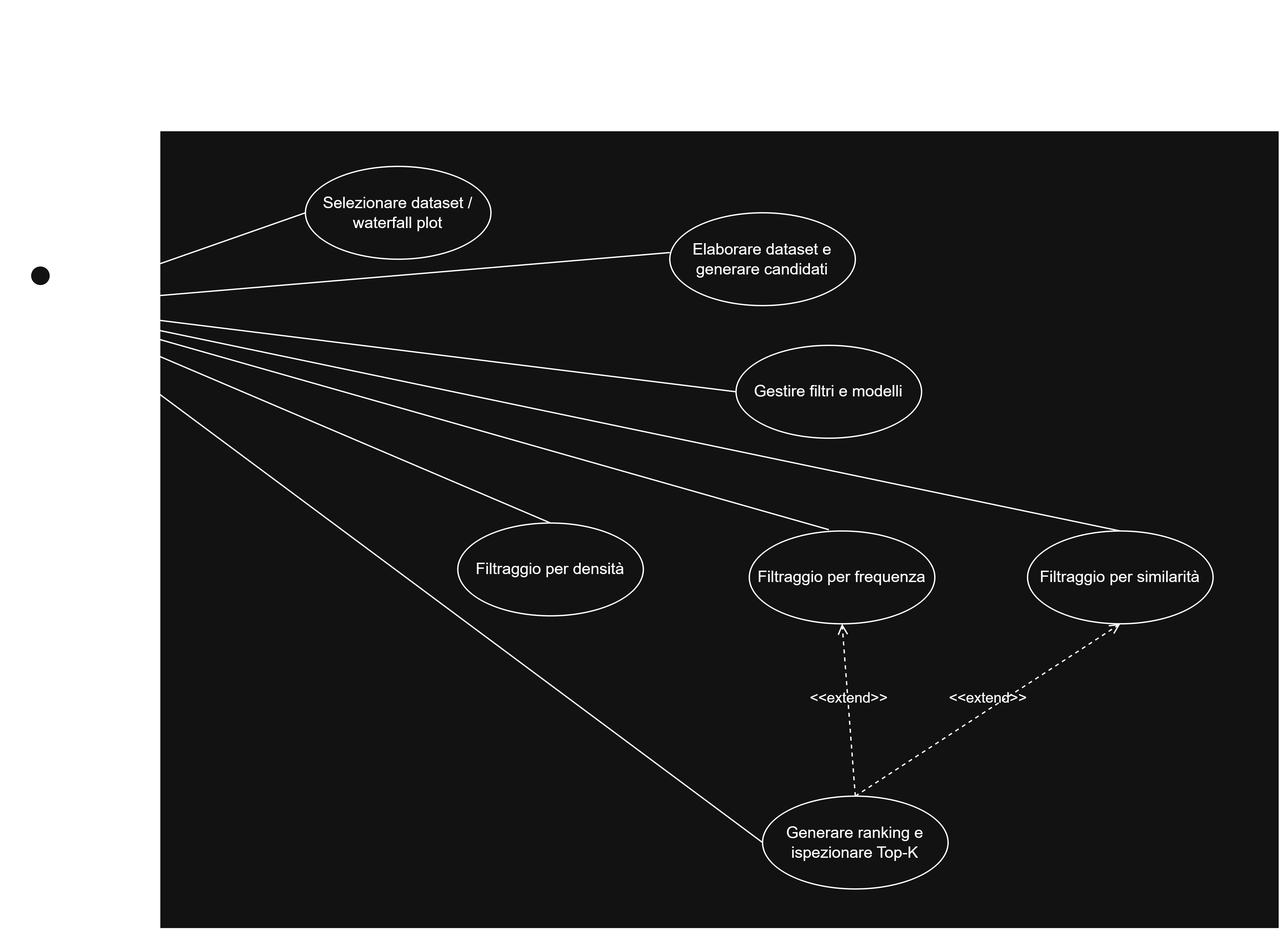
DavideDeplano/srt-anomaly-detection keeps this draw.io diagram as docs/uml/01_use_case/use_case_diagram.drawio.png. Above is the earlier version. Source tidied: cells renumbered, new cells last; positions are measured from the earlier drawing's top-left corner, leaving out a move shared by most shapes.
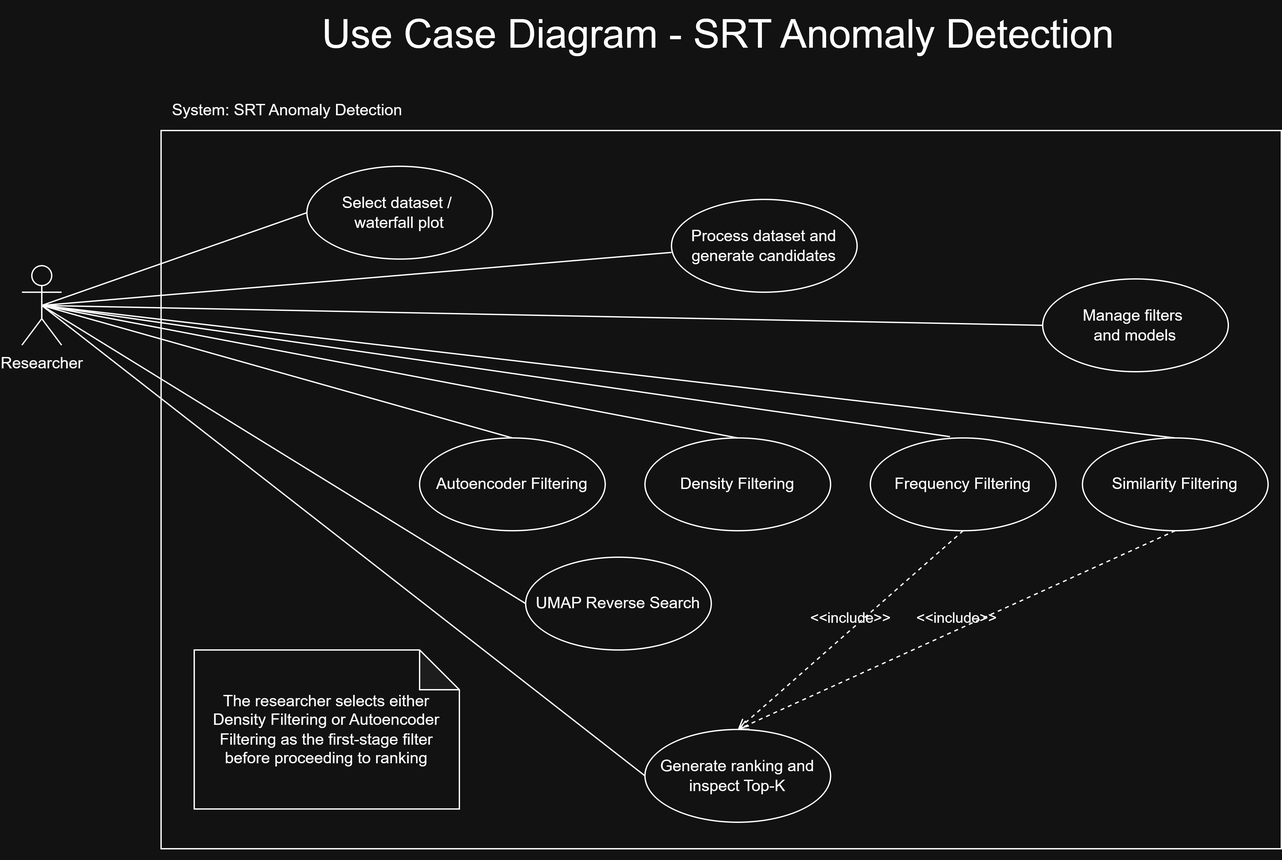
The same diagram one commit later.

What changed in the source:
```diff
@@ -5,11 +5,11 @@
     <mxCell id="2" value="&lt;font style=&quot;font-size: 30px;&quot;&gt;Use Case Diagram - SRT Anomaly Detection&lt;/font&gt;" style="text;html=1;align=center;verticalAlign=middle;strokeColor=none;fillColor=none;" parent="1" vertex="1">
       <mxGeometry x="215" width="620" height="50" as="geometry" />
     </mxCell>
-    <mxCell id="3" value="Ricercatore" style="shape=umlActor;verticalLabelPosition=bottom;verticalAlign=top;html=1;" parent="1" vertex="1">
+    <mxCell id="3" value="Researcher" style="shape=umlActor;verticalLabelPosition=bottom;verticalAlign=top;html=1;" parent="1" vertex="1">
       <mxGeometry y="200" width="30" height="60" as="geometry" />
     </mxCell>
     <mxCell id="4" style="rounded=0;whiteSpace=wrap;html=1;" parent="1" vertex="1">
-      <mxGeometry x="105" y="98" width="845" height="602" as="geometry" />
+      <mxGeometry x="105" y="98" width="845" height="542" as="geometry" />
     </mxCell>
     <mxCell id="5" value="System: SRT Anomaly Detection" style="text;html=1;align=center;verticalAlign=middle;strokeColor=none;fillColor=none;" parent="1" vertex="1">
       <mxGeometry x="100" y="68" width="200" height="30" as="geometry" />
@@ -33,31 +33,31 @@
     <mxCell id="10" style="edgeStyle=orthogonalEdgeStyle;rounded=0;orthogonalLoop=1;jettySize=auto;html=1;exitX=0.5;exitY=1;exitDx=0;exitDy=0;" parent="1" edge="1" source="4" target="4">
       <mxGeometry relative="1" as="geometry" />
     </mxCell>
-    <mxCell id="11" value="Selezionare dataset / waterfall plot" style="ellipse;whiteSpace=wrap;html=1;" parent="1" vertex="1">
+    <mxCell id="11" value="Select dataset /&amp;nbsp;&lt;div&gt;waterfall plot&lt;/div&gt;" style="ellipse;whiteSpace=wrap;html=1;" parent="1" vertex="1">
       <mxGeometry x="215" y="125" width="140" height="70" as="geometry" />
     </mxCell>
-    <mxCell id="12" value="Elaborare dataset e generare candidati" style="ellipse;whiteSpace=wrap;html=1;" parent="1" vertex="1">
-      <mxGeometry x="490" y="160" width="140" height="70" as="geometry" />
+    <mxCell id="12" value="Process dataset and generate candidates" style="ellipse;whiteSpace=wrap;html=1;" parent="1" vertex="1">
+      <mxGeometry x="490" y="150" width="140" height="70" as="geometry" />
     </mxCell>
-    <mxCell id="13" value="Filtraggio per similarità" style="ellipse;whiteSpace=wrap;html=1;" parent="1" vertex="1">
-      <mxGeometry x="760" y="400" width="140" height="70" as="geometry" />
+    <mxCell id="13" value="Similarity Filtering" style="ellipse;whiteSpace=wrap;html=1;" parent="1" vertex="1">
+      <mxGeometry x="800" y="330" width="140" height="70" as="geometry" />
     </mxCell>
-    <mxCell id="14" value="Filtraggio per frequenza" style="ellipse;whiteSpace=wrap;html=1;" parent="1" vertex="1">
-      <mxGeometry x="550" y="400" width="140" height="70" as="geometry" />
+    <mxCell id="14" value="Frequency Filtering" style="ellipse;whiteSpace=wrap;html=1;" parent="1" vertex="1">
+      <mxGeometry x="640" y="330" width="140" height="70" as="geometry" />
     </mxCell>
-    <mxCell id="15" value="Filtraggio per densità" style="ellipse;whiteSpace=wrap;html=1;" parent="1" vertex="1">
-      <mxGeometry x="330" y="394" width="140" height="70" as="geometry" />
+    <mxCell id="15" value="Density Filtering" style="ellipse;whiteSpace=wrap;html=1;" parent="1" vertex="1">
+      <mxGeometry x="470" y="330" width="140" height="70" as="geometry" />
     </mxCell>
-    <mxCell id="16" value="Generare ranking e ispezionare Top-K" style="ellipse;whiteSpace=wrap;html=1;" parent="1" vertex="1">
-      <mxGeometry x="560" y="600" width="140" height="70" as="geometry" />
+    <mxCell id="16" value="Generate ranking and inspect Top-K" style="ellipse;whiteSpace=wrap;html=1;" parent="1" vertex="1">
+      <mxGeometry x="470" y="550" width="140" height="70" as="geometry" />
     </mxCell>
-    <mxCell id="17" value="Gestire filtri e modelli" style="ellipse;whiteSpace=wrap;html=1;" parent="1" vertex="1">
-      <mxGeometry x="540" y="260" width="140" height="70" as="geometry" />
+    <mxCell id="17" value="Manage filters&amp;nbsp;&lt;div&gt;and models&lt;/div&gt;" style="ellipse;whiteSpace=wrap;html=1;" parent="1" vertex="1">
+      <mxGeometry x="770" y="210" width="140" height="70" as="geometry" />
     </mxCell>
-    <mxCell id="18" value="&amp;lt;&amp;lt;extend&amp;gt;&amp;gt;" style="html=1;verticalAlign=bottom;labelBackgroundColor=none;endArrow=open;endFill=0;dashed=1;rounded=0;entryX=0.5;entryY=1;entryDx=0;entryDy=0;exitX=0.5;exitY=0;exitDx=0;exitDy=0;" parent="1" edge="1" source="16" target="14">
+    <mxCell id="18" value="&amp;lt;&amp;lt;include&amp;gt;&amp;gt;" style="html=1;verticalAlign=bottom;labelBackgroundColor=none;endArrow=open;endFill=0;dashed=1;rounded=0;exitX=0.5;exitY=1;exitDx=0;exitDy=0;entryX=0.5;entryY=0;entryDx=0;entryDy=0;" parent="1" edge="1" source="14" target="16">
       <mxGeometry relative="1" as="geometry" />
     </mxCell>
-    <mxCell id="19" value="&amp;lt;&amp;lt;extend&amp;gt;&amp;gt;" style="html=1;verticalAlign=bottom;labelBackgroundColor=none;endArrow=open;endFill=0;dashed=1;rounded=0;entryX=0.5;entryY=1;entryDx=0;entryDy=0;exitX=0.5;exitY=0;exitDx=0;exitDy=0;" parent="1" edge="1" source="16" target="13">
+    <mxCell id="19" value="&amp;lt;&amp;lt;include&amp;gt;&amp;gt;" style="html=1;verticalAlign=bottom;labelBackgroundColor=none;endArrow=open;endFill=0;dashed=1;rounded=0;entryX=0.5;entryY=0;entryDx=0;entryDy=0;exitX=0.5;exitY=1;exitDx=0;exitDy=0;" parent="1" edge="1" source="13" target="16">
       <mxGeometry relative="1" as="geometry" />
     </mxCell>
     <mxCell id="20" style="endArrow=none;html=1;rounded=0;entryX=0.5;entryY=0;entryDx=0;entryDy=0;exitX=0.5;exitY=0.5;exitDx=0;exitDy=0;exitPerimeter=0;" parent="1" edge="1" source="3" target="15">
@@ -69,5 +69,20 @@
     <mxCell id="22" style="endArrow=none;html=1;rounded=0;entryX=0.5;entryY=0;entryDx=0;entryDy=0;exitX=0.5;exitY=0.5;exitDx=0;exitDy=0;exitPerimeter=0;" parent="1" edge="1" source="3" target="13">
       <mxGeometry relative="1" as="geometry" />
     </mxCell>
+    <mxCell id="23" value="Autoencoder Filtering" style="ellipse;whiteSpace=wrap;html=1;" parent="1" vertex="1">
+      <mxGeometry x="300" y="330" width="140" height="70" as="geometry" />
+    </mxCell>
+    <mxCell id="24" style="endArrow=none;html=1;rounded=0;entryX=0.5;entryY=0;entryDx=0;entryDy=0;exitX=0.5;exitY=0.5;exitDx=0;exitDy=0;exitPerimeter=0;" parent="1" edge="1" source="3" target="23">
+      <mxGeometry relative="1" as="geometry" />
+    </mxCell>
+    <mxCell id="25" value="UMAP Reverse Search" style="ellipse;whiteSpace=wrap;html=1;" parent="1" vertex="1">
+      <mxGeometry x="380" y="420" width="140" height="70" as="geometry" />
+    </mxCell>
+    <mxCell id="26" style="endArrow=none;html=1;rounded=0;entryX=0.5;entryY=0.5;entryDx=0;entryDy=0;entryPerimeter=0;exitX=0;exitY=0.5;exitDx=0;exitDy=0;" parent="1" edge="1" source="25" target="3">
+      <mxGeometry relative="1" as="geometry" />
+    </mxCell>
+    <mxCell id="27" value="The researcher selects either Density Filtering or Autoencoder Filtering as the first-stage filter before proceeding to ranking" style="shape=note;whiteSpace=wrap;html=1;backgroundOutline=1;darkOpacity=0.05;" parent="1" vertex="1">
+      <mxGeometry x="130" y="490" width="200" height="120" as="geometry" />
+    </mxCell>
   </root>
 </mxGraphModel>
```
